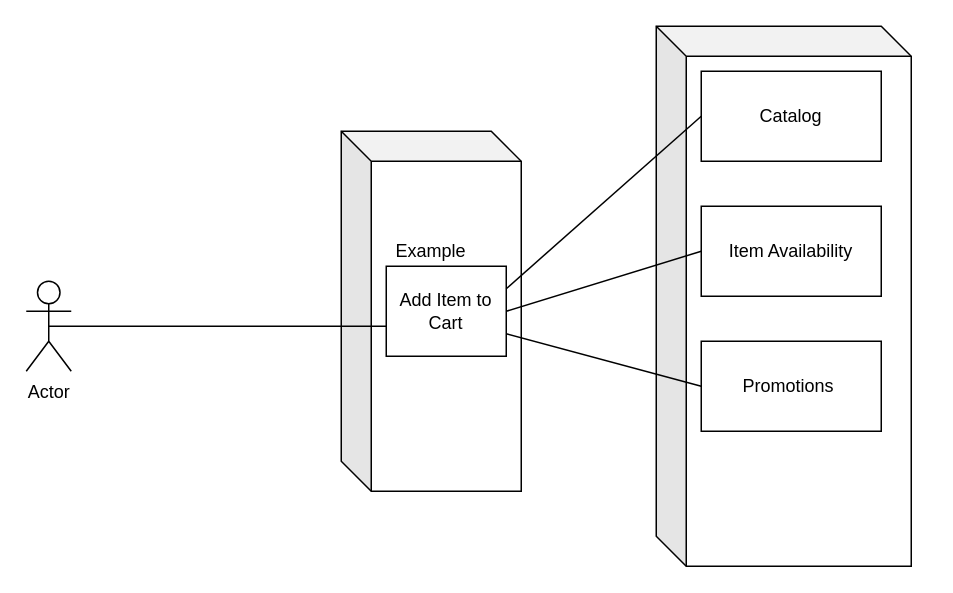
Earlier version of the draw.io diagram page "Page-3" (3 of 4) of Untitled Diagram.drawio (ks185348/container). Source tidied: cells renumbered, new cells numbered last; positions are measured from the earlier drawing's top-left corner, leaving out a move shared by most shapes. Both pictures are drawn from the tidied source at 150%, with x=0, y=0 at pixel (26, 26).
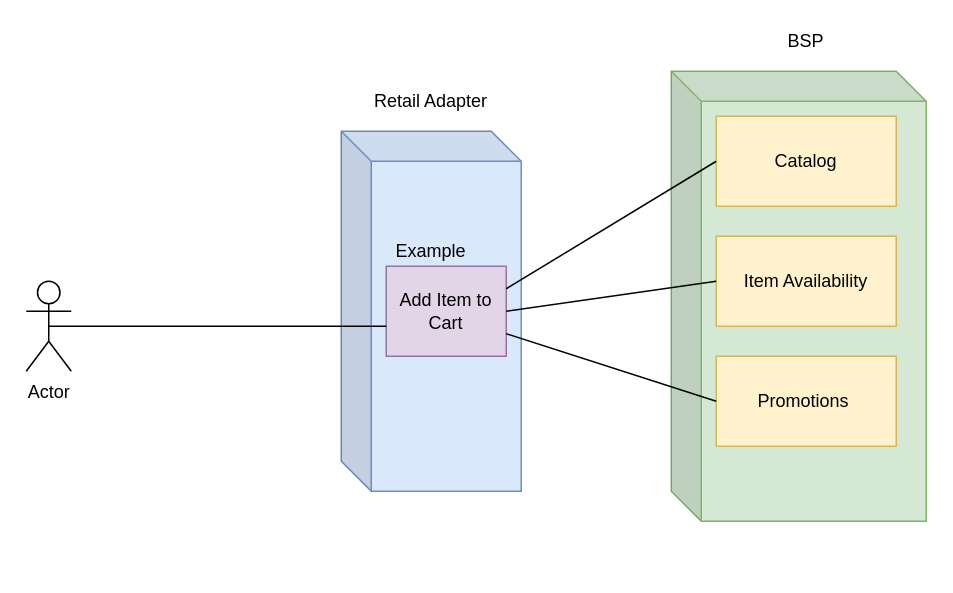
The same page after the edit.

Change to the diagram source:
```diff
@@
 <mxGraphModel>
   <root>
     <mxCell id="0" />
     <mxCell id="1" parent="0" />
-    <mxCell id="2" style="shape=cube;whiteSpace=wrap;html=1;boundedLbl=1;backgroundOutline=1;darkOpacity=0.05;darkOpacity2=0.1;" parent="1" vertex="1">
+    <mxCell id="2" style="shape=cube;whiteSpace=wrap;html=1;boundedLbl=1;backgroundOutline=1;darkOpacity=0.05;darkOpacity2=0.1;fillColor=#dae8fc;strokeColor=#6c8ebf;" parent="1" vertex="1">
       <mxGeometry x="210" y="70" width="120" height="240" as="geometry" />
     </mxCell>
-    <mxCell id="3" value="Add Item to Cart" style="rounded=0;whiteSpace=wrap;html=1;" parent="1" vertex="1">
+    <mxCell id="3" value="Add Item to Cart" style="rounded=0;whiteSpace=wrap;html=1;fillColor=#e1d5e7;strokeColor=#9673a6;" parent="1" vertex="1">
       <mxGeometry x="240" y="160" width="80" height="60" as="geometry" />
     </mxCell>
-    <mxCell id="4" style="shape=cube;whiteSpace=wrap;html=1;boundedLbl=1;backgroundOutline=1;darkOpacity=0.05;darkOpacity2=0.1;" parent="1" vertex="1">
-      <mxGeometry x="420" width="170" height="360" as="geometry" />
+    <mxCell id="4" style="shape=cube;whiteSpace=wrap;html=1;boundedLbl=1;backgroundOutline=1;darkOpacity=0.05;darkOpacity2=0.1;fillColor=#d5e8d4;strokeColor=#82b366;" parent="1" vertex="1">
+      <mxGeometry x="430" y="30" width="170" height="300" as="geometry" />
     </mxCell>
-    <mxCell id="5" value="Catalog" style="rounded=0;whiteSpace=wrap;html=1;" parent="1" vertex="1">
-      <mxGeometry x="450" y="30" width="120" height="60" as="geometry" />
+    <mxCell id="5" value="Catalog" style="rounded=0;whiteSpace=wrap;html=1;fillColor=#fff2cc;strokeColor=#d6b656;" parent="1" vertex="1">
+      <mxGeometry x="460" y="60" width="120" height="60" as="geometry" />
     </mxCell>
-    <mxCell id="6" value="Item Availability" style="rounded=0;whiteSpace=wrap;html=1;" parent="1" vertex="1">
-      <mxGeometry x="450" y="120" width="120" height="60" as="geometry" />
+    <mxCell id="6" value="Item Availability" style="rounded=0;whiteSpace=wrap;html=1;fillColor=#fff2cc;strokeColor=#d6b656;" parent="1" vertex="1">
+      <mxGeometry x="460" y="140" width="120" height="60" as="geometry" />
     </mxCell>
-    <mxCell id="7" value="Promotions&amp;nbsp;" style="rounded=0;whiteSpace=wrap;html=1;" parent="1" vertex="1">
-      <mxGeometry x="450" y="210" width="120" height="60" as="geometry" />
+    <mxCell id="7" value="Promotions&amp;nbsp;" style="rounded=0;whiteSpace=wrap;html=1;fillColor=#fff2cc;strokeColor=#d6b656;" parent="1" vertex="1">
+      <mxGeometry x="460" y="220" width="120" height="60" as="geometry" />
     </mxCell>
     <mxCell id="8" value="Actor" style="shape=umlActor;verticalLabelPosition=bottom;verticalAlign=top;html=1;outlineConnect=0;" parent="1" vertex="1">
       <mxGeometry y="170" width="30" height="60" as="geometry" />
     </mxCell>
     <mxCell id="9" style="endArrow=none;html=1;exitX=0.5;exitY=0.5;exitDx=0;exitDy=0;exitPerimeter=0;" parent="1" edge="1" source="8">
       <mxGeometry relative="1" as="geometry">
         <mxPoint x="240" y="200" as="targetPoint" />
       </mxGeometry>
     </mxCell>
     <mxCell id="10" style="endArrow=none;html=1;exitX=1;exitY=0.25;exitDx=0;exitDy=0;entryX=0;entryY=0.5;entryDx=0;entryDy=0;" parent="1" edge="1" source="3" target="5">
       <mxGeometry relative="1" as="geometry" />
     </mxCell>
     <mxCell id="11" style="endArrow=none;html=1;exitX=1;exitY=0.5;exitDx=0;exitDy=0;entryX=0;entryY=0.5;entryDx=0;entryDy=0;" parent="1" edge="1" source="3" target="6">
       <mxGeometry relative="1" as="geometry" />
     </mxCell>
     <mxCell id="12" style="endArrow=none;html=1;exitX=1;exitY=0.75;exitDx=0;exitDy=0;entryX=0;entryY=0.5;entryDx=0;entryDy=0;" parent="1" edge="1" source="3" target="7">
       <mxGeometry relative="1" as="geometry" />
     </mxCell>
     <mxCell id="13" value="Example" style="text;html=1;strokeColor=none;fillColor=none;align=center;verticalAlign=middle;whiteSpace=wrap;rounded=0;" parent="1" vertex="1">
       <mxGeometry x="250" y="140" width="40" height="20" as="geometry" />
     </mxCell>
+    <mxCell id="14" value="BSP" style="text;html=1;strokeColor=none;fillColor=none;align=center;verticalAlign=middle;whiteSpace=wrap;rounded=0;" parent="1" vertex="1">
+      <mxGeometry x="490" width="60" height="20" as="geometry" />
+    </mxCell>
+    <mxCell id="15" value="Retail Adapter" style="text;html=1;strokeColor=none;fillColor=none;align=center;verticalAlign=middle;whiteSpace=wrap;rounded=0;" parent="1" vertex="1">
+      <mxGeometry x="220" y="40" width="100" height="20" as="geometry" />
+    </mxCell>
   </root>
 </mxGraphModel>
```
